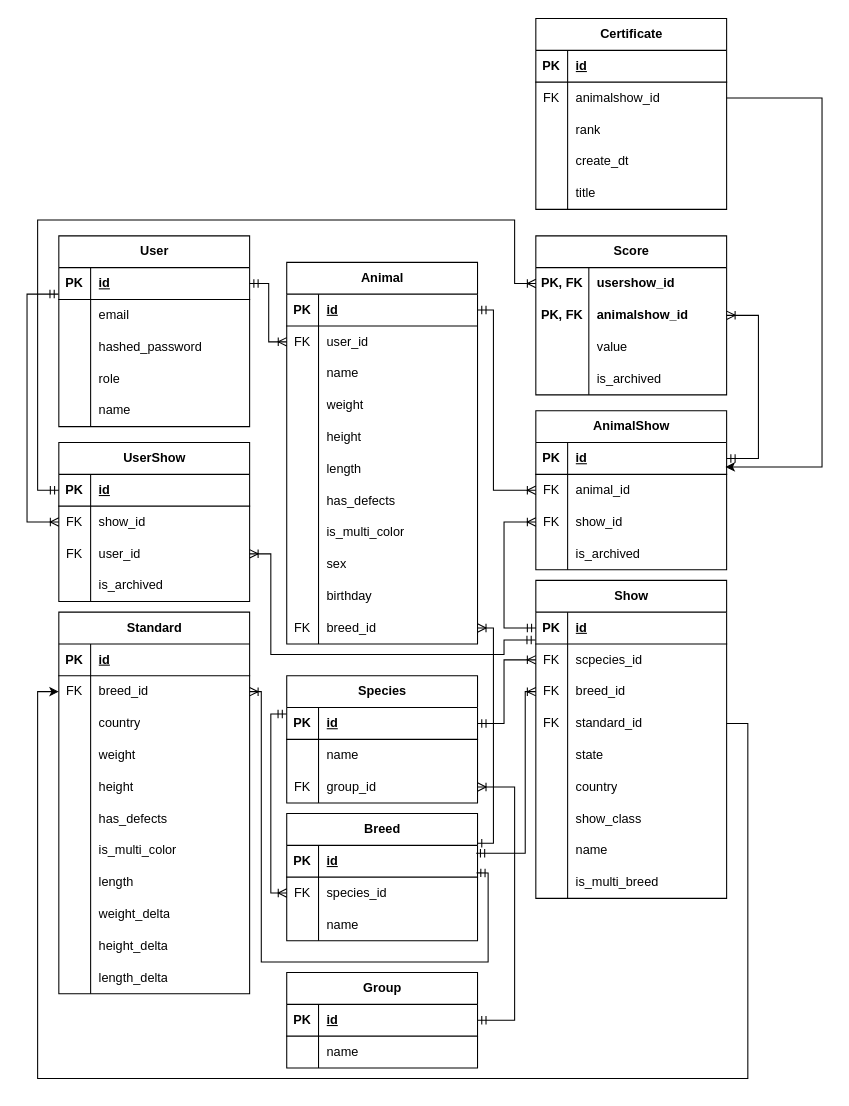
This is img/01-database.drawio from fleshbound/petowo, a draw.io file, before an edit. Source tidied: cells renumbered, new cells numbered last; positions are measured from the earlier drawing's top-left corner, leaving out a move shared by most shapes. Both pictures are drawn from the tidied source at 106%, with x=0, y=0 at pixel (26, 18).
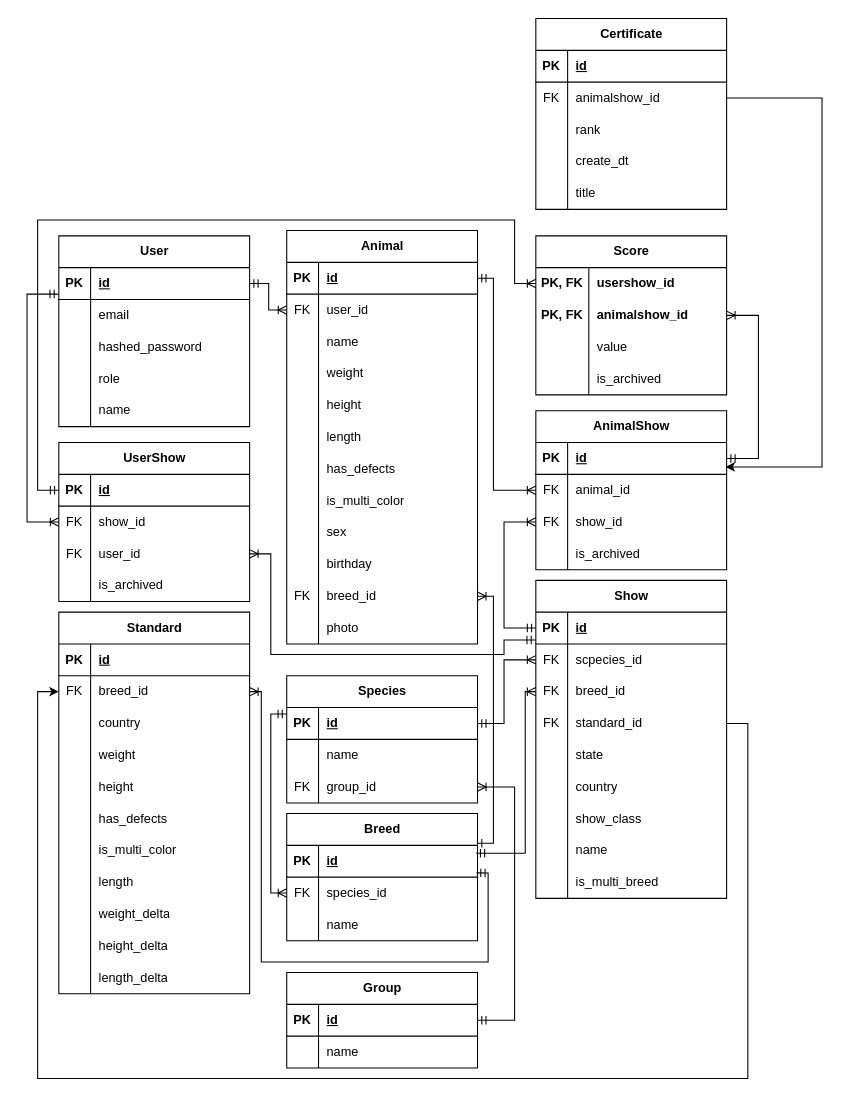
The same diagram, later.

The edit, as a diff of the source:
```diff
@@
     <mxCell id="36" value="&lt;div&gt;Animal&lt;/div&gt;" style="shape=table;startSize=30;childLayout=tableLayout;rowLines=0;fontStyle=1;align=center;html=1;" parent="1" vertex="1">
-      <mxGeometry x="245" y="230" width="180" height="360" as="geometry" />
+      <mxGeometry x="245" y="200" width="180" height="390" as="geometry" />
     </mxCell>
@@
+    <mxCell id="211" style="shape=tableRow;horizontal=0;startSize=0;swimlaneHead=0;swimlaneBody=0;fillColor=none;top=0;left=0;right=0;bottom=0;" parent="36" vertex="1">
+      <mxGeometry y="360" width="180" height="30" as="geometry" />
+    </mxCell>
+    <mxCell id="212" style="shape=partialRectangle;fillColor=none;top=0;left=0;bottom=0;right=0;overflow=hidden;whiteSpace=wrap;html=1;" parent="211" vertex="1">
+      <mxGeometry width="30" height="30" as="geometry" />
+    </mxCell>
+    <mxCell id="213" value="photo" style="shape=partialRectangle;fillColor=none;top=0;left=0;bottom=0;right=0;align=left;spacingLeft=6;overflow=hidden;whiteSpace=wrap;html=1;" parent="211" vertex="1">
+      <mxGeometry x="30" width="150" height="30" as="geometry" />
+    </mxCell>
```
